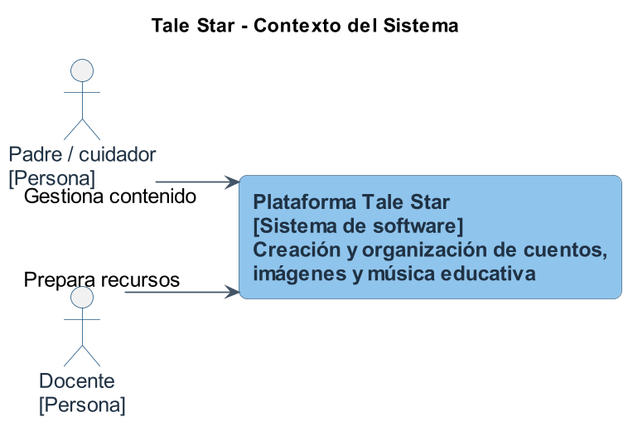
This is imgs/diagrams/taleStarSystemContext.png from Tale-Star/docs, a PlantUML export, as it was before one commit.
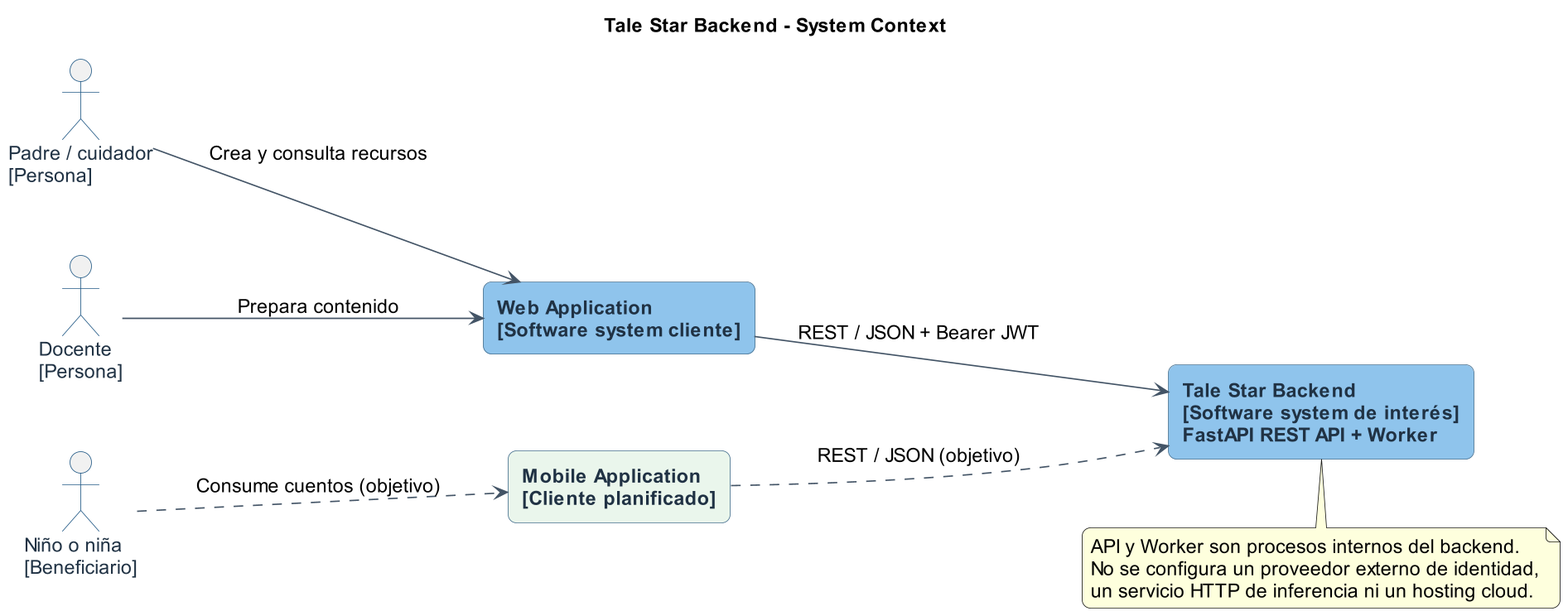
After the change.

The edit, as a diff of the source:
```diff
@@ -1,14 +1,14 @@
 @startuml
-title Tale Star - Contexto del Sistema
+title Tale Star Backend - System Context
 left to right direction
 skinparam backgroundColor #FFFFFF
 skinparam shadowing false
 skinparam roundcorner 12
 skinparam defaultFontName Arial
-skinparam defaultFontSize 15
+skinparam defaultFontSize 14
 skinparam dpi 160
-skinparam nodesep 70
-skinparam linetype ortho
+skinparam nodesep 50
+skinparam packageStyle rectangle
 skinparam ArrowColor #435466
 skinparam RectangleBorderColor #47708F
 skinparam RectangleFontColor #203244
@@ -18,8 +18,20 @@
 
 actor "Padre / cuidador\n[Persona]" as caregiver
 actor "Docente\n[Persona]" as teacher
-rectangle "Plataforma Tale Star\n[Sistema de software]\nCreación y organización de cuentos,\nimágenes y música educativa" as platform #8FC4EC
+actor "Niño o niña\n[Beneficiario]" as child
+rectangle "Web Application\n[Software system cliente]" as web #8FC4EC
+rectangle "Mobile Application\n[Cliente planificado]" as mobile #EAF6EC
+rectangle "Tale Star Backend\n[Software system de interés]\nFastAPI REST API + Worker" as backend #8FC4EC
 
-caregiver --> platform : Gestiona contenido
-teacher --> platform : Prepara recursos
+caregiver --> web : Crea y consulta recursos
+teacher --> web : Prepara contenido
+child ..> mobile : Consume cuentos (objetivo)
+web --> backend : REST / JSON + Bearer JWT
+mobile ..> backend : REST / JSON (objetivo)
+
+note bottom of backend
+API y Worker son procesos internos del backend.
+No se configura un proveedor externo de identidad,
+un servicio HTTP de inferencia ni un hosting cloud.
+end note
 @enduml
```
